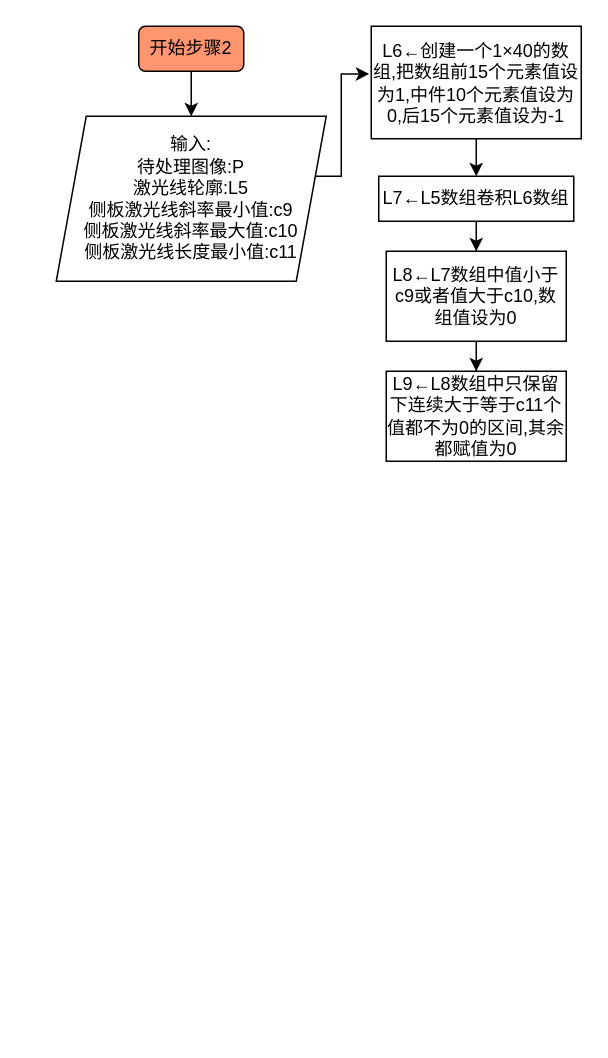
This is 未命名绘图1.drawio from qubo188612/Visio, a draw.io file, before an edit. Source tidied: cells renumbered, new cells numbered last; positions are measured from the earlier drawing's top-left corner, leaving out a move shared by most shapes. Both pictures are drawn from the tidied source at 150%, with x=0, y=0 at pixel (56, 26).
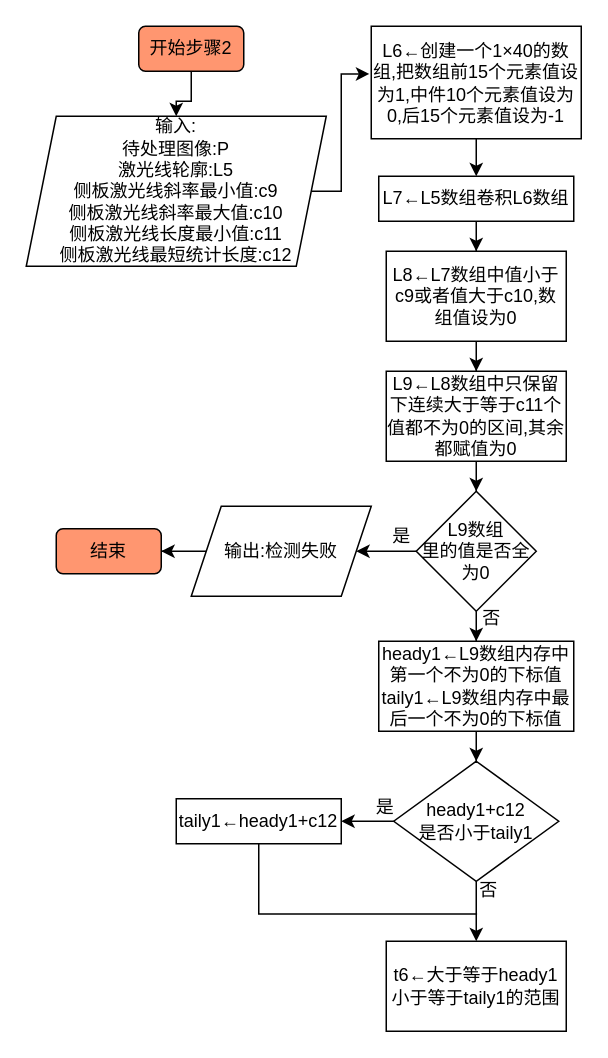
Above is the later version.

Commit message (it also covers changes not shown here):
更新未命名绘图1.drawio

Unchanged cells that the change refers to:
```xml
<mxCell id="3" value="L6←创建一个1×40的数组,把数组前15个元素值设为1,中件10个元素值设为0,后15个元素值设为-1" style="rounded=0;whiteSpace=wrap;html=1;" parent="1" vertex="1">
  <mxGeometry x="210" width="140" height="75" as="geometry" />
</mxCell>
<mxCell id="12" value="L9←L8数组中只保留下连续大于等于c11个值都不为0的区间,其余都赋值为0" style="rounded=0;whiteSpace=wrap;html=1;" parent="1" vertex="1">
  <mxGeometry x="220" y="230" width="120" height="60" as="geometry" />
</mxCell>
```

Diff of the diagram source:
```diff
@@
     <mxCell id="10" style="edgeStyle=orthogonalEdgeStyle;rounded=0;jettySize=auto;html=1;exitX=1;exitY=0.5;exitDx=0;exitDy=0;entryX=-0.009;entryY=0.424;entryDx=0;entryDy=0;entryPerimeter=0;" parent="1" edge="1" source="11" target="3">
       <mxGeometry relative="1" as="geometry">
         <Array as="points">
-          <mxPoint x="190" y="100" />
+          <mxPoint x="190" y="110" />
           <mxPoint x="190" y="32" />
         </Array>
       </mxGeometry>
     </mxCell>
-    <mxCell id="11" value="输入:&lt;br&gt;待处理图像:P&lt;br&gt;激光线轮廓:L5&lt;br&gt;侧板激光线斜率最小值:c9&lt;br style=&quot;border-color: var(--border-color);&quot;&gt;侧板激光线斜率最大值:c10&lt;br&gt;侧板激光线长度最小值:c11" style="shape=parallelogram;perimeter=parallelogramPerimeter;whiteSpace=wrap;html=1;fixedSize=1;" parent="1" vertex="1">
-      <mxGeometry y="60" width="180" height="110" as="geometry" />
+    <mxCell id="11" value="输入:&lt;br&gt;待处理图像:P&lt;br&gt;激光线轮廓:L5&lt;br&gt;侧板激光线斜率最小值:c9&lt;br style=&quot;border-color: var(--border-color);&quot;&gt;侧板激光线斜率最大值:c10&lt;br&gt;侧板激光线长度最小值:c11&lt;br&gt;侧板激光线最短统计长度:c12" style="shape=parallelogram;perimeter=parallelogramPerimeter;whiteSpace=wrap;html=1;fixedSize=1;" parent="1" vertex="1">
+      <mxGeometry x="-20" y="60" width="200" height="100" as="geometry" />
     </mxCell>
+    <mxCell id="13" style="edgeStyle=orthogonalEdgeStyle;rounded=0;jettySize=auto;html=1;" parent="1" edge="1" source="12" target="16">
+      <mxGeometry relative="1" as="geometry" />
+    </mxCell>
@@
+    <mxCell id="14" style="edgeStyle=orthogonalEdgeStyle;rounded=0;jettySize=auto;html=1;" parent="1" edge="1" source="16" target="18">
+      <mxGeometry relative="1" as="geometry" />
+    </mxCell>
+    <mxCell id="15" style="edgeStyle=orthogonalEdgeStyle;rounded=0;jettySize=auto;html=1;" parent="1" edge="1" source="16" target="23">
+      <mxGeometry relative="1" as="geometry" />
+    </mxCell>
+    <mxCell id="16" value="L9数组&lt;br&gt;里的值是否全为0" style="rhombus;whiteSpace=wrap;html=1;" parent="1" vertex="1">
+      <mxGeometry x="240" y="310" width="80" height="80" as="geometry" />
+    </mxCell>
+    <mxCell id="17" style="edgeStyle=orthogonalEdgeStyle;rounded=0;jettySize=auto;html=1;" parent="1" edge="1" source="18" target="20">
+      <mxGeometry relative="1" as="geometry" />
+    </mxCell>
+    <mxCell id="18" value="输出:检测失败" style="shape=parallelogram;perimeter=parallelogramPerimeter;whiteSpace=wrap;html=1;fixedSize=1;" parent="1" vertex="1">
+      <mxGeometry x="90" y="320" width="120" height="60" as="geometry" />
+    </mxCell>
+    <mxCell id="19" value="是" style="text;html=1;align=center;verticalAlign=middle;strokeColor=none;fillColor=none;" parent="1" vertex="1">
+      <mxGeometry x="210" y="325" width="40" height="30" as="geometry" />
+    </mxCell>
+    <mxCell id="20" value="结束" style="rounded=1;whiteSpace=wrap;html=1;fillColor=#FF9670;" parent="1" vertex="1">
+      <mxGeometry y="335" width="70" height="30" as="geometry" />
+    </mxCell>
+    <mxCell id="21" value="否" style="text;html=1;align=center;verticalAlign=middle;strokeColor=none;fillColor=none;" parent="1" vertex="1">
+      <mxGeometry x="270" y="380" width="40" height="30" as="geometry" />
+    </mxCell>
+    <mxCell id="22" style="edgeStyle=orthogonalEdgeStyle;rounded=0;jettySize=auto;html=1;" parent="1" edge="1" source="23" target="26">
+      <mxGeometry relative="1" as="geometry" />
+    </mxCell>
+    <mxCell id="23" value="heady1←L9数组内存中第一个不为0的下标值&lt;br&gt;taily1←L9数组内存中最后一个不为0的下标值" style="rounded=0;whiteSpace=wrap;html=1;" parent="1" vertex="1">
+      <mxGeometry x="215" y="410" width="130" height="60" as="geometry" />
+    </mxCell>
+    <mxCell id="24" style="edgeStyle=orthogonalEdgeStyle;rounded=0;jettySize=auto;html=1;" parent="1" edge="1" source="26" target="28">
+      <mxGeometry relative="1" as="geometry" />
+    </mxCell>
+    <mxCell id="25" style="edgeStyle=orthogonalEdgeStyle;rounded=0;jettySize=auto;html=1;" parent="1" edge="1" source="26" target="30">
+      <mxGeometry relative="1" as="geometry" />
+    </mxCell>
+    <mxCell id="26" value="heady1+c12&lt;br&gt;是否小于taily1" style="rhombus;whiteSpace=wrap;html=1;" parent="1" vertex="1">
+      <mxGeometry x="225" y="490" width="110" height="80" as="geometry" />
+    </mxCell>
+    <mxCell id="27" style="edgeStyle=orthogonalEdgeStyle;rounded=0;jettySize=auto;html=1;exitX=0.5;exitY=1;exitDx=0;exitDy=0;entryX=0.314;entryY=1.026;entryDx=0;entryDy=0;entryPerimeter=0;endArrow=none;endFill=0;" parent="1" edge="1" source="28" target="31">
+      <mxGeometry relative="1" as="geometry">
+        <Array as="points">
+          <mxPoint x="135" y="592" />
+        </Array>
+      </mxGeometry>
+    </mxCell>
+    <mxCell id="28" value="taily1←heady1+c12" style="rounded=0;whiteSpace=wrap;html=1;" parent="1" vertex="1">
+      <mxGeometry x="80" y="515" width="110" height="30" as="geometry" />
+    </mxCell>
+    <mxCell id="29" value="是" style="text;html=1;align=center;verticalAlign=middle;strokeColor=none;fillColor=none;" parent="1" vertex="1">
+      <mxGeometry x="199" y="506" width="40" height="30" as="geometry" />
+    </mxCell>
+    <mxCell id="30" value="t6←大于等于heady1小于等于taily1的范围" style="rounded=0;whiteSpace=wrap;html=1;" parent="1" vertex="1">
+      <mxGeometry x="220" y="610" width="120" height="60" as="geometry" />
+    </mxCell>
+    <mxCell id="31" value="否" style="text;html=1;align=center;verticalAlign=middle;points=[];strokeColor=none;fillColor=none;" parent="1" vertex="1">
+      <mxGeometry x="268" y="561" width="40" height="30" as="geometry" />
+    </mxCell>
```
